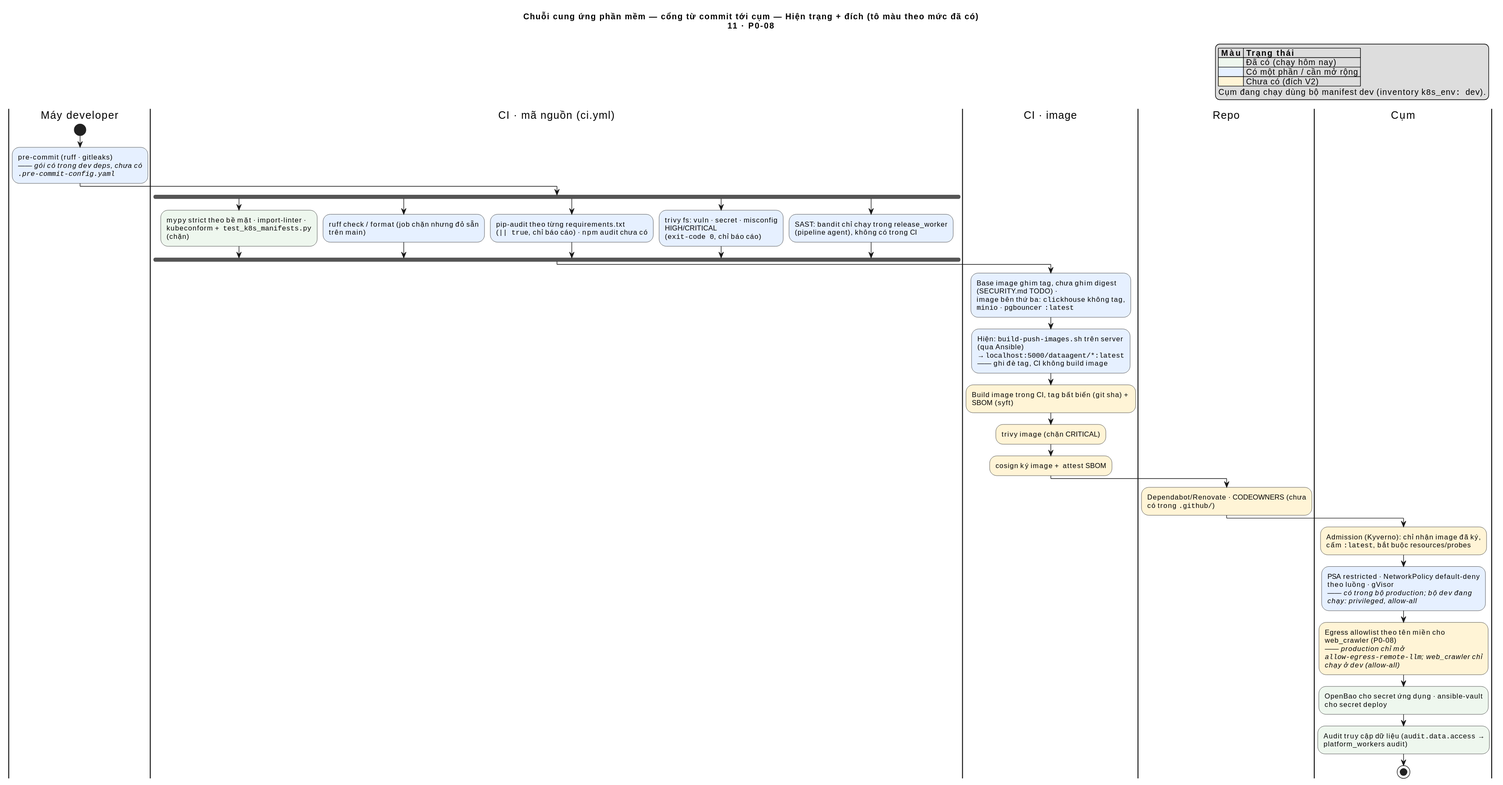
Above: docs/v2/diagrams/40-supply-chain.svg in affkjuhyt/Data-Agent (PlantUML), before the change. The source it was exported from:
```plantuml
@startuml
title Chuỗi cung ứng phần mềm — cổng từ commit tới cụm — Hiện trạng + đích (tô màu theo mức đã có)\n11 · P0-08
skinparam shadowing false
skinparam defaultFontName "Arial"
skinparam wrapWidth 280
legend top right
  |= Màu |= Trạng thái |
  |<#EEF7EE> | Đã có (chạy hôm nay) |
  |<#E6F0FF> | Có một phần / cần mở rộng |
  |<#FFF4D6> | Chưa có (đích V2) |
  Cụm đang chạy dùng bộ manifest ""dev"" (inventory ""k8s_env: dev"").
endlegend

|Máy developer|
start
#E6F0FF:pre-commit (ruff · gitleaks)
—— //gói có trong dev deps, chưa có "".pre-commit-config.yaml""//;
|CI · mã nguồn (ci.yml)|
fork
  #EEF7EE:mypy strict theo bề mặt · import-linter ·
  kubeconform + ""test_k8s_manifests.py"" (chặn);
fork again
  #E6F0FF:ruff check / format (job chặn nhưng đỏ sẵn trên main);
fork again
  #E6F0FF:pip-audit theo từng requirements.txt
  (""|| true"", chỉ báo cáo) · npm audit chưa có;
fork again
  #E6F0FF:trivy fs: vuln · secret · misconfig HIGH/CRITICAL
  (""exit-code 0"", chỉ báo cáo);
fork again
  #E6F0FF:SAST: bandit chỉ chạy trong release_worker
  (pipeline agent), không có trong CI;
end fork
|CI · image|
#E6F0FF:Base image ghim tag, chưa ghim digest (SECURITY.md TODO) ·
image bên thứ ba: ""clickhouse"" không tag, ""minio"" · ""pgbouncer"" "":latest"";
#E6F0FF:Hiện: ""build-push-images.sh"" trên server (qua Ansible)
→ ""localhost:5000/dataagent/*:latest"" —— ghi đè tag, CI không build image;
#FFF4D6:Build image trong CI, tag bất biến (git sha) + SBOM (syft);
#FFF4D6:trivy image (chặn CRITICAL);
#FFF4D6:cosign ký image + attest SBOM;
|Repo|
#FFF4D6:Dependabot/Renovate · CODEOWNERS (chưa có trong "".github/"");
|Cụm|
#FFF4D6:Admission (Kyverno): chỉ nhận image đã ký,
cấm "":latest"", bắt buộc resources/probes;
#E6F0FF:PSA restricted · NetworkPolicy default-deny theo luồng · gVisor
—— //có trong bộ production; bộ dev đang chạy: privileged, allow-all//;
#FFF4D6:Egress allowlist theo tên miền cho web_crawler (P0-08)
—— //production chỉ mở ""allow-egress-remote-llm""; web_crawler chỉ chạy ở dev (allow-all)//;
#EEF7EE:OpenBao cho secret ứng dụng · ansible-vault cho secret deploy;
#EEF7EE:Audit truy cập dữ liệu (""audit.data.access"" → platform_workers audit);
stop
@enduml
```
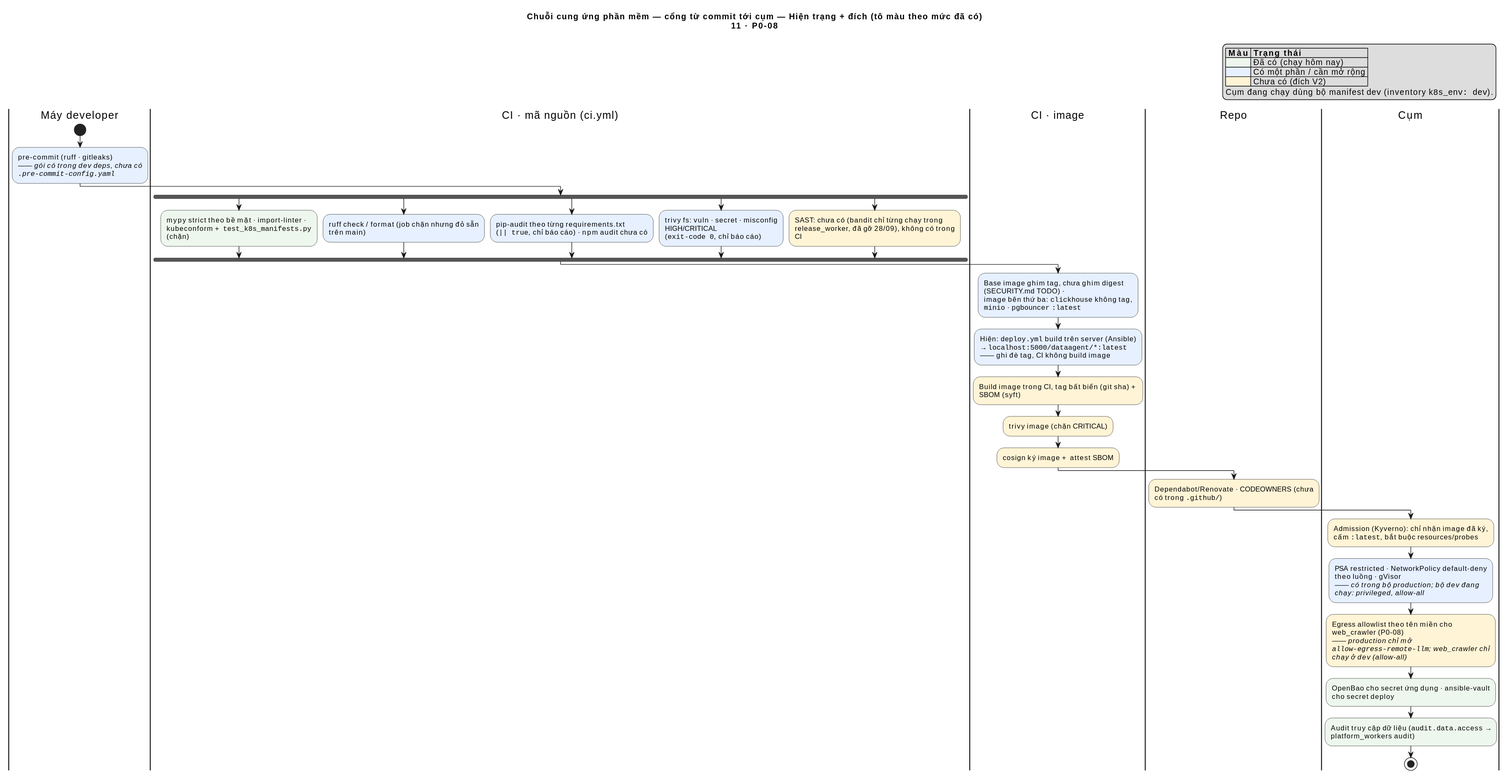
Above is the later version.

Diff of the diagram source:
```diff
@@ -28,13 +28,13 @@
   #E6F0FF:trivy fs: vuln · secret · misconfig HIGH/CRITICAL
   (""exit-code 0"", chỉ báo cáo);
 fork again
-  #E6F0FF:SAST: bandit chỉ chạy trong release_worker
-  (pipeline agent), không có trong CI;
+  #FFF4D6:SAST: chưa có (bandit chỉ từng chạy trong
+  release_worker, đã gỡ 28/09), không có trong CI;
 end fork
 |CI · image|
 #E6F0FF:Base image ghim tag, chưa ghim digest (SECURITY.md TODO) ·
 image bên thứ ba: ""clickhouse"" không tag, ""minio"" · ""pgbouncer"" "":latest"";
-#E6F0FF:Hiện: ""build-push-images.sh"" trên server (qua Ansible)
+#E6F0FF:Hiện: ""deploy.yml"" build trên server (Ansible)
 → ""localhost:5000/dataagent/*:latest"" —— ghi đè tag, CI không build image;
 #FFF4D6:Build image trong CI, tag bất biến (git sha) + SBOM (syft);
 #FFF4D6:trivy image (chặn CRITICAL);
```
